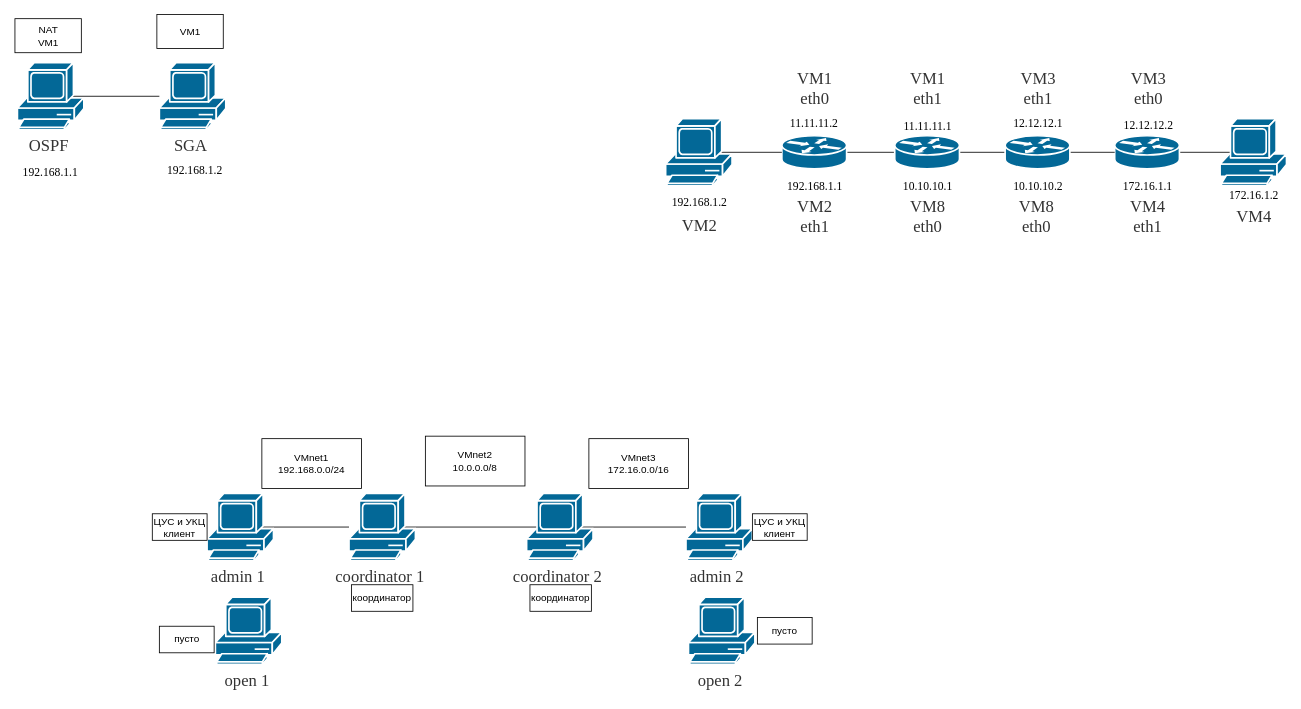
The draw.io diagram page "DLP" (5 of 5) of Untitled Diagram.drawio in knorke102/schemes, before the edit. Source tidied: cells renumbered, new cells numbered last; positions are measured from the earlier drawing's top-left corner, leaving out a move shared by most shapes. Both pictures are drawn from the tidied source at 83%, with x=0, y=0 at pixel (14, 14).
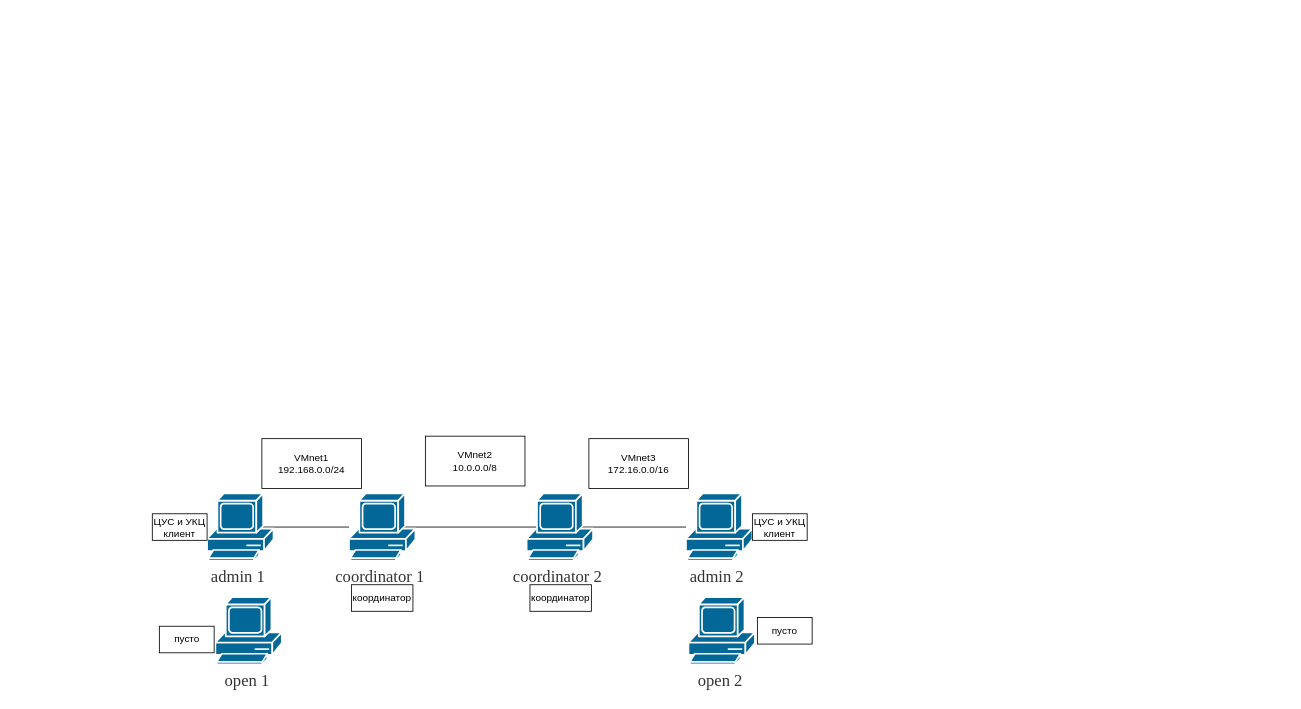
The same diagram, later.

Diff of the diagram source:
```diff
@@
-    <mxCell id="16" style="edgeStyle=orthogonalEdgeStyle;rounded=0;jettySize=auto;html=1;exitX=0.83;exitY=0.5;exitDx=0;exitDy=0;exitPerimeter=0;endArrow=none;endFill=0;" parent="1" edge="1" source="17" target="19">
-      <mxGeometry relative="1" as="geometry" />
-    </mxCell>
-    <mxCell id="17" style="shape=mxgraph.cisco.computers_and_peripherals.pc;html=1;dashed=0;fillColor=#036897;strokeColor=#ffffff;strokeWidth=2;verticalLabelPosition=bottom;verticalAlign=top;align=center;outlineConnect=0;rounded=0;" parent="1" vertex="1">
-      <mxGeometry x="3.5" y="58" width="80" height="81" as="geometry" />
-    </mxCell>
-    <mxCell id="18" value="&lt;font color=&quot;#333333&quot;&gt;&lt;span style=&quot;background-color: rgb(255, 255, 255);&quot;&gt;OSPF&lt;/span&gt;&lt;/font&gt;" style="text;html=1;align=center;verticalAlign=middle;strokeColor=none;fillColor=none;fontFamily=Times New Roman;fontSize=20;rounded=0;" parent="1" vertex="1">
-      <mxGeometry x="8" y="139" width="66" height="36" as="geometry" />
-    </mxCell>
-    <mxCell id="19" style="shape=mxgraph.cisco.computers_and_peripherals.pc;html=1;dashed=0;fillColor=#036897;strokeColor=#ffffff;strokeWidth=2;verticalLabelPosition=bottom;verticalAlign=top;align=center;outlineConnect=0;rounded=0;" parent="1" vertex="1">
-      <mxGeometry x="174.5" y="58" width="80" height="81" as="geometry" />
-    </mxCell>
-    <mxCell id="20" value="&lt;font color=&quot;#333333&quot;&gt;&lt;span style=&quot;background-color: rgb(255, 255, 255);&quot;&gt;SGA&lt;/span&gt;&lt;/font&gt;" style="text;html=1;align=center;verticalAlign=middle;strokeColor=none;fillColor=none;fontFamily=Times New Roman;fontSize=20;rounded=0;" parent="1" vertex="1">
-      <mxGeometry x="183" y="139" width="58" height="36" as="geometry" />
-    </mxCell>
-    <mxCell id="21" value="NAT&lt;br&gt;VM1" style="rounded=0;whiteSpace=wrap;html=1;" parent="1" vertex="1">
-      <mxGeometry x="0.5" y="5" width="80" height="41" as="geometry" />
-    </mxCell>
-    <mxCell id="22" value="VM1" style="rounded=0;whiteSpace=wrap;html=1;" parent="1" vertex="1">
-      <mxGeometry x="171.5" width="80" height="41" as="geometry" />
-    </mxCell>
-    <mxCell id="23" style="edgeStyle=orthogonalEdgeStyle;rounded=0;jettySize=auto;html=1;exitX=1;exitY=0.5;exitDx=0;exitDy=0;exitPerimeter=0;entryX=0;entryY=0.5;entryDx=0;entryDy=0;entryPerimeter=0;endArrow=none;endFill=0;" parent="1" edge="1" source="24" target="31">
-      <mxGeometry relative="1" as="geometry" />
-    </mxCell>
-    <mxCell id="24" style="shape=mxgraph.cisco.routers.router;html=1;dashed=0;fillColor=#036897;strokeColor=#ffffff;strokeWidth=2;verticalLabelPosition=bottom;verticalAlign=top;align=center;outlineConnect=0;rounded=0;" parent="1" vertex="1">
-      <mxGeometry x="924.5" y="146" width="78" height="40" as="geometry" />
-    </mxCell>
-    <mxCell id="25" style="edgeStyle=orthogonalEdgeStyle;rounded=0;jettySize=auto;html=1;exitX=0.83;exitY=0.5;exitDx=0;exitDy=0;exitPerimeter=0;entryX=0;entryY=0.5;entryDx=0;entryDy=0;entryPerimeter=0;fontSize=14;endArrow=none;endFill=0;" parent="1" edge="1" source="26" target="24">
-      <mxGeometry relative="1" as="geometry" />
-    </mxCell>
-    <mxCell id="26" style="shape=mxgraph.cisco.computers_and_peripherals.pc;html=1;dashed=0;fillColor=#036897;strokeColor=#ffffff;strokeWidth=2;verticalLabelPosition=bottom;verticalAlign=top;align=center;outlineConnect=0;rounded=0;" parent="1" vertex="1">
-      <mxGeometry x="784.5" y="125.5" width="80" height="81" as="geometry" />
-    </mxCell>
-    <mxCell id="27" style="edgeStyle=orthogonalEdgeStyle;rounded=0;jettySize=auto;html=1;exitX=1;exitY=0.5;exitDx=0;exitDy=0;exitPerimeter=0;entryX=0.16;entryY=0.5;entryDx=0;entryDy=0;entryPerimeter=0;fontSize=14;endArrow=none;endFill=0;" parent="1" edge="1" source="28" target="29">
-      <mxGeometry relative="1" as="geometry" />
-    </mxCell>
-    <mxCell id="28" style="shape=mxgraph.cisco.routers.router;html=1;dashed=0;fillColor=#036897;strokeColor=#ffffff;strokeWidth=2;verticalLabelPosition=bottom;verticalAlign=top;align=center;outlineConnect=0;rounded=0;" parent="1" vertex="1">
-      <mxGeometry x="1325.5" y="146" width="78" height="40" as="geometry" />
-    </mxCell>
-    <mxCell id="29" style="shape=mxgraph.cisco.computers_and_peripherals.pc;html=1;dashed=0;fillColor=#036897;strokeColor=#ffffff;strokeWidth=2;verticalLabelPosition=bottom;verticalAlign=top;align=center;outlineConnect=0;rounded=0;" parent="1" vertex="1">
-      <mxGeometry x="1452.5" y="125.5" width="80" height="81" as="geometry" />
-    </mxCell>
-    <mxCell id="30" style="edgeStyle=orthogonalEdgeStyle;rounded=0;jettySize=auto;html=1;exitX=1;exitY=0.5;exitDx=0;exitDy=0;exitPerimeter=0;entryX=0;entryY=0.5;entryDx=0;entryDy=0;entryPerimeter=0;endArrow=none;endFill=0;" parent="1" edge="1" source="31" target="33">
-      <mxGeometry relative="1" as="geometry" />
-    </mxCell>
-    <mxCell id="31" style="shape=mxgraph.cisco.routers.router;html=1;dashed=0;fillColor=#036897;strokeColor=#ffffff;strokeWidth=2;verticalLabelPosition=bottom;verticalAlign=top;align=center;outlineConnect=0;rounded=0;" parent="1" vertex="1">
-      <mxGeometry x="1060.5" y="146" width="78" height="40" as="geometry" />
-    </mxCell>
-    <mxCell id="32" style="edgeStyle=orthogonalEdgeStyle;rounded=0;jettySize=auto;html=1;exitX=1;exitY=0.5;exitDx=0;exitDy=0;exitPerimeter=0;entryX=0;entryY=0.5;entryDx=0;entryDy=0;entryPerimeter=0;endArrow=none;endFill=0;" parent="1" edge="1" source="33" target="28">
-      <mxGeometry relative="1" as="geometry" />
-    </mxCell>
-    <mxCell id="33" style="shape=mxgraph.cisco.routers.router;html=1;dashed=0;fillColor=#036897;strokeColor=#ffffff;strokeWidth=2;verticalLabelPosition=bottom;verticalAlign=top;align=center;outlineConnect=0;rounded=0;" parent="1" vertex="1">
-      <mxGeometry x="1193.5" y="146" width="78" height="40" as="geometry" />
-    </mxCell>
-    <mxCell id="34" value="&lt;font color=&quot;#333333&quot;&gt;&lt;span style=&quot;background-color: rgb(255, 255, 255);&quot;&gt;VM8&lt;br&gt;eth0&lt;br&gt;&lt;/span&gt;&lt;/font&gt;" style="text;html=1;align=center;verticalAlign=middle;strokeColor=none;fillColor=none;fontFamily=Times New Roman;fontSize=20;rounded=0;" parent="1" vertex="1">
-      <mxGeometry x="1069.5" y="213" width="60" height="60" as="geometry" />
-    </mxCell>
-    <mxCell id="35" value="&lt;font color=&quot;#333333&quot;&gt;&lt;span style=&quot;background-color: rgb(255, 255, 255);&quot;&gt;VM1&lt;br&gt;eth1&lt;br&gt;&lt;/span&gt;&lt;/font&gt;" style="text;html=1;align=center;verticalAlign=middle;strokeColor=none;fillColor=none;fontFamily=Times New Roman;fontSize=20;rounded=0;" parent="1" vertex="1">
-      <mxGeometry x="1069.5" y="58" width="60" height="60" as="geometry" />
-    </mxCell>
-    <mxCell id="36" value="&lt;font color=&quot;#333333&quot;&gt;&lt;span style=&quot;background-color: rgb(255, 255, 255);&quot;&gt;VM2&lt;br&gt;eth1&lt;br&gt;&lt;/span&gt;&lt;/font&gt;" style="text;html=1;align=center;verticalAlign=middle;strokeColor=none;fillColor=none;fontFamily=Times New Roman;fontSize=20;rounded=0;" parent="1" vertex="1">
-      <mxGeometry x="933.5" y="213" width="60" height="60" as="geometry" />
-    </mxCell>
-    <mxCell id="37" value="&lt;font color=&quot;#333333&quot;&gt;&lt;span style=&quot;background-color: rgb(255, 255, 255);&quot;&gt;VM3&lt;br&gt;eth1&lt;br&gt;&lt;/span&gt;&lt;/font&gt;" style="text;html=1;align=center;verticalAlign=middle;strokeColor=none;fillColor=none;fontFamily=Times New Roman;fontSize=20;rounded=0;" parent="1" vertex="1">
-      <mxGeometry x="1202.5" y="58" width="60" height="60" as="geometry" />
-    </mxCell>
-    <mxCell id="38" value="&lt;font style=&quot;font-size: 14px;&quot;&gt;10.10.10.1&lt;/font&gt;" style="text;html=1;align=center;verticalAlign=middle;strokeColor=none;fillColor=none;fontFamily=Times New Roman;fontSize=20;rounded=0;" parent="1" vertex="1">
-      <mxGeometry x="1060.5" y="186" width="78" height="36" as="geometry" />
-    </mxCell>
-    <mxCell id="39" value="&lt;font style=&quot;font-size: 14px;&quot;&gt;10.10.10.2&lt;/font&gt;" style="text;html=1;align=center;verticalAlign=middle;strokeColor=none;fillColor=none;fontFamily=Times New Roman;fontSize=20;rounded=0;" parent="1" vertex="1">
-      <mxGeometry x="1193.5" y="186" width="78" height="36" as="geometry" />
-    </mxCell>
-    <mxCell id="40" value="&lt;font style=&quot;font-size: 14px;&quot;&gt;192.168.1.1&lt;/font&gt;" style="text;html=1;align=center;verticalAlign=middle;strokeColor=none;fillColor=none;fontFamily=Times New Roman;fontSize=20;rounded=0;" parent="1" vertex="1">
-      <mxGeometry x="921" y="186" width="85" height="36" as="geometry" />
-    </mxCell>
-    <mxCell id="41" value="&lt;font style=&quot;font-size: 14px;&quot;&gt;192.168.1.2&lt;/font&gt;" style="text;html=1;align=center;verticalAlign=middle;strokeColor=none;fillColor=none;fontFamily=Times New Roman;fontSize=20;rounded=0;" parent="1" vertex="1">
-      <mxGeometry x="782" y="205" width="85" height="36" as="geometry" />
-    </mxCell>
-    <mxCell id="42" value="&lt;font style=&quot;font-size: 14px;&quot;&gt;12.12.12.1&lt;/font&gt;" style="text;html=1;align=center;verticalAlign=middle;strokeColor=none;fillColor=none;fontFamily=Times New Roman;fontSize=20;rounded=0;" parent="1" vertex="1">
-      <mxGeometry x="1193.5" y="110" width="78" height="36" as="geometry" />
-    </mxCell>
-    <mxCell id="43" value="&lt;font style=&quot;font-size: 14px;&quot;&gt;12.12.12.2&lt;/font&gt;" style="text;html=1;align=center;verticalAlign=middle;strokeColor=none;fillColor=none;fontFamily=Times New Roman;fontSize=20;rounded=0;" parent="1" vertex="1">
-      <mxGeometry x="1326.5" y="112" width="78" height="36" as="geometry" />
-    </mxCell>
-    <mxCell id="44" value="&lt;font color=&quot;#333333&quot;&gt;&lt;span style=&quot;background-color: rgb(255, 255, 255);&quot;&gt;VM8&lt;br&gt;eth0&lt;br&gt;&lt;/span&gt;&lt;/font&gt;" style="text;html=1;align=center;verticalAlign=middle;strokeColor=none;fillColor=none;fontFamily=Times New Roman;fontSize=20;rounded=0;" parent="1" vertex="1">
-      <mxGeometry x="1200.5" y="213" width="60" height="60" as="geometry" />
-    </mxCell>
-    <mxCell id="45" value="&lt;font style=&quot;font-size: 14px;&quot;&gt;11.11.11.1&lt;/font&gt;" style="text;html=1;align=center;verticalAlign=middle;strokeColor=none;fillColor=none;fontFamily=Times New Roman;fontSize=20;rounded=0;" parent="1" vertex="1">
-      <mxGeometry x="1062" y="114" width="76" height="36" as="geometry" />
-    </mxCell>
-    <mxCell id="46" value="&lt;font color=&quot;#333333&quot;&gt;&lt;span style=&quot;background-color: rgb(255, 255, 255);&quot;&gt;VM2&lt;br&gt;&lt;br&gt;&lt;/span&gt;&lt;/font&gt;" style="text;html=1;align=center;verticalAlign=middle;strokeColor=none;fillColor=none;fontFamily=Times New Roman;fontSize=20;rounded=0;" parent="1" vertex="1">
-      <mxGeometry x="794.5" y="235" width="60" height="60" as="geometry" />
-    </mxCell>
-    <mxCell id="47" value="&lt;font style=&quot;font-size: 14px;&quot;&gt;11.11.11.2&lt;/font&gt;" style="text;html=1;align=center;verticalAlign=middle;strokeColor=none;fillColor=none;fontFamily=Times New Roman;fontSize=20;rounded=0;" parent="1" vertex="1">
-      <mxGeometry x="924.5" y="110" width="76" height="36" as="geometry" />
-    </mxCell>
-    <mxCell id="48" value="&lt;font color=&quot;#333333&quot;&gt;&lt;span style=&quot;background-color: rgb(255, 255, 255);&quot;&gt;VM1&lt;br&gt;eth0&lt;br&gt;&lt;/span&gt;&lt;/font&gt;" style="text;html=1;align=center;verticalAlign=middle;strokeColor=none;fillColor=none;fontFamily=Times New Roman;fontSize=20;rounded=0;" parent="1" vertex="1">
-      <mxGeometry x="933.5" y="58" width="60" height="60" as="geometry" />
-    </mxCell>
-    <mxCell id="49" value="&lt;font color=&quot;#333333&quot;&gt;&lt;span style=&quot;background-color: rgb(255, 255, 255);&quot;&gt;VM3&lt;br&gt;eth0&lt;br&gt;&lt;/span&gt;&lt;/font&gt;" style="text;html=1;align=center;verticalAlign=middle;strokeColor=none;fillColor=none;fontFamily=Times New Roman;fontSize=20;rounded=0;" parent="1" vertex="1">
-      <mxGeometry x="1335.5" y="58" width="60" height="60" as="geometry" />
-    </mxCell>
-    <mxCell id="50" value="&lt;font color=&quot;#333333&quot;&gt;&lt;span style=&quot;background-color: rgb(255, 255, 255);&quot;&gt;VM4&lt;br&gt;eth1&lt;br&gt;&lt;/span&gt;&lt;/font&gt;" style="text;html=1;align=center;verticalAlign=middle;strokeColor=none;fillColor=none;fontFamily=Times New Roman;fontSize=20;rounded=0;" parent="1" vertex="1">
-      <mxGeometry x="1334.5" y="213" width="60" height="60" as="geometry" />
-    </mxCell>
-    <mxCell id="51" value="&lt;font style=&quot;font-size: 14px;&quot;&gt;172.16.1.1&lt;/font&gt;" style="text;html=1;align=center;verticalAlign=middle;strokeColor=none;fillColor=none;fontFamily=Times New Roman;fontSize=20;rounded=0;" parent="1" vertex="1">
-      <mxGeometry x="1326" y="186" width="78" height="36" as="geometry" />
-    </mxCell>
-    <mxCell id="52" value="&lt;font style=&quot;font-size: 14px;&quot;&gt;172.16.1.2&lt;/font&gt;" style="text;html=1;align=center;verticalAlign=middle;strokeColor=none;fillColor=none;fontFamily=Times New Roman;fontSize=20;rounded=0;" parent="1" vertex="1">
-      <mxGeometry x="1454" y="197" width="78" height="36" as="geometry" />
-    </mxCell>
-    <mxCell id="53" value="&lt;font color=&quot;#333333&quot;&gt;&lt;span style=&quot;background-color: rgb(255, 255, 255);&quot;&gt;VM4&lt;br&gt;&lt;/span&gt;&lt;/font&gt;" style="text;html=1;align=center;verticalAlign=middle;strokeColor=none;fillColor=none;fontFamily=Times New Roman;fontSize=20;rounded=0;" parent="1" vertex="1">
-      <mxGeometry x="1463" y="225" width="60" height="36" as="geometry" />
-    </mxCell>
-    <mxCell id="54" value="&lt;font style=&quot;font-size: 14px;&quot;&gt;192.168.1.1&lt;/font&gt;" style="text;html=1;align=center;verticalAlign=middle;strokeColor=none;fillColor=none;fontFamily=Times New Roman;fontSize=20;rounded=0;" parent="1" vertex="1">
-      <mxGeometry x="0.5" y="169" width="85" height="36" as="geometry" />
-    </mxCell>
-    <mxCell id="55" value="&lt;font style=&quot;font-size: 14px;&quot;&gt;192.168.1.2&lt;/font&gt;" style="text;html=1;align=center;verticalAlign=middle;strokeColor=none;fillColor=none;fontFamily=Times New Roman;fontSize=20;rounded=0;" parent="1" vertex="1">
-      <mxGeometry x="174.5" y="167" width="85" height="36" as="geometry" />
-    </mxCell>
```
